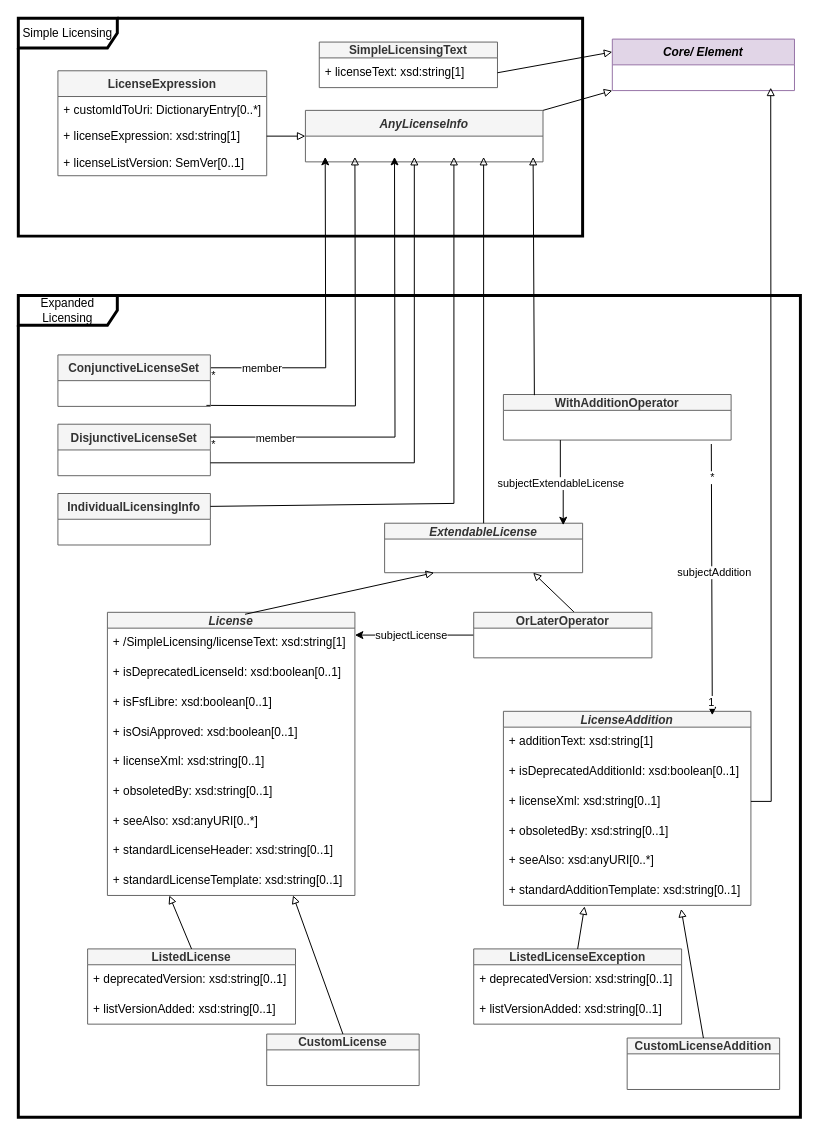
Above: page "Licensing" (3 of 12) of docs/model.drawio in spdx/spdx-3-model (draw.io), before the change. Source tidied: cells renumbered, new cells numbered last; positions are measured from the earlier drawing's top-left corner, leaving out a move shared by most shapes. Both pictures are drawn from the tidied source at 99%, with x=0, y=0 at pixel (18, 18).
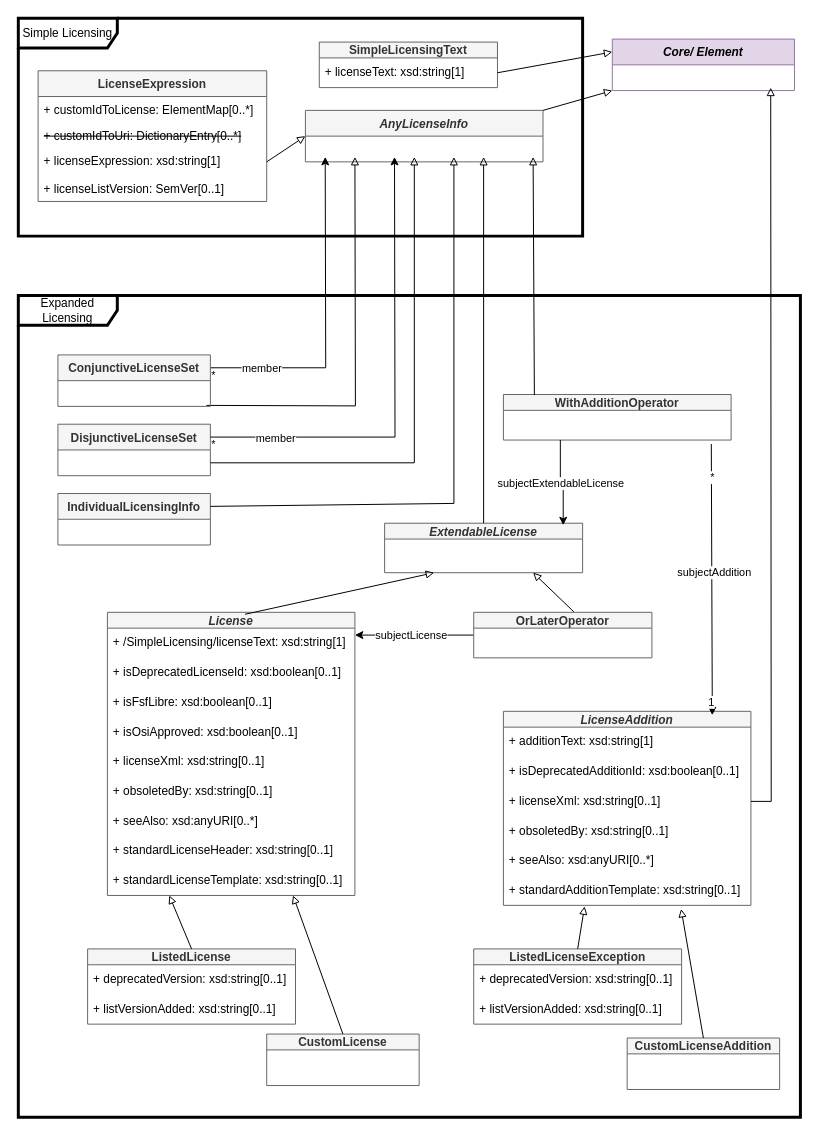
The same diagram, later.

Change to the diagram source:
```diff
@@
     <mxCell id="8" value="LicenseExpression" style="swimlane;fontStyle=1;horizontal=1;startSize=26;fillColor=#f5f5f5;strokeColor=#666666;fontColor=#333333;" parent="1" vertex="1">
-      <mxGeometry x="40" y="53" width="210.9" height="106" as="geometry" />
+      <mxGeometry x="20" y="53" width="230.9" height="132" as="geometry" />
     </mxCell>
+    <mxCell id="72" value="+ customIdToLicense: ElementMap[0..*]" style="text;strokeColor=none;fillColor=none;align=left;verticalAlign=top;spacingLeft=4;spacingRight=4;overflow=hidden;whiteSpace=wrap;html=1;" parent="8" vertex="1">
+      <mxGeometry y="26" width="230.9" height="26" as="geometry" />
+    </mxCell>
-    <mxCell id="9" value="+ customIdToUri: DictionaryEntry[0..*]" style="text;strokeColor=none;fillColor=none;align=left;verticalAlign=top;spacingLeft=4;spacingRight=4;overflow=hidden;whiteSpace=wrap;html=1;" parent="8" vertex="1">
-      <mxGeometry y="26" width="210.9" height="26" as="geometry" />
+    <mxCell id="9" value="&lt;strike&gt;+ customIdToUri: DictionaryEntry[0..*]&lt;/strike&gt;" style="text;strokeColor=none;fillColor=none;align=left;verticalAlign=top;spacingLeft=4;spacingRight=4;overflow=hidden;whiteSpace=wrap;html=1;" parent="8" vertex="1">
+      <mxGeometry y="52" width="230.9" height="26" as="geometry" />
     </mxCell>
     <mxCell id="10" value="+ licenseExpression: xsd:string[1]" style="text;strokeColor=none;fillColor=none;align=left;verticalAlign=top;spacingLeft=4;spacingRight=4;overflow=hidden;points=[[0,0.5],[1,0.5]];portConstraint=eastwest;" parent="8" vertex="1">
-      <mxGeometry y="52" width="210.9" height="28" as="geometry" />
+      <mxGeometry y="78" width="230.9" height="28" as="geometry" />
     </mxCell>
     <mxCell id="11" value="+ licenseListVersion: SemVer[0..1]" style="text;strokeColor=none;fillColor=none;align=left;verticalAlign=top;spacingLeft=4;spacingRight=4;overflow=hidden;" parent="8" vertex="1">
-      <mxGeometry y="80" width="210.9" height="26" as="geometry" />
+      <mxGeometry y="106" width="230.9" height="26" as="geometry" />
     </mxCell>
```
